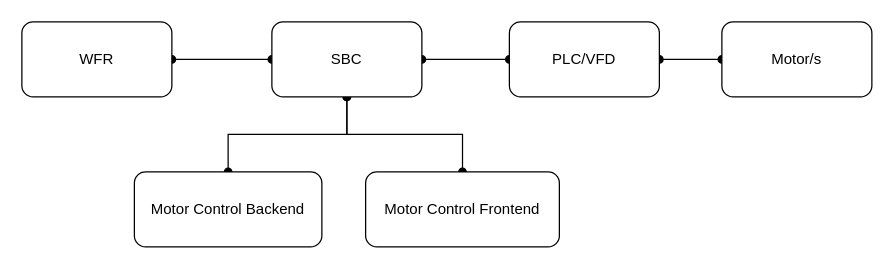
The draw.io diagram about/diagrams/architecture.drawio in aveled/motor-control, before the edit. Source tidied: cells renumbered, new cells numbered last; positions are measured from the earlier drawing's top-left corner, leaving out a move shared by most shapes. Both pictures are drawn from the tidied source at 125%, with x=0, y=0 at pixel (21, 21).
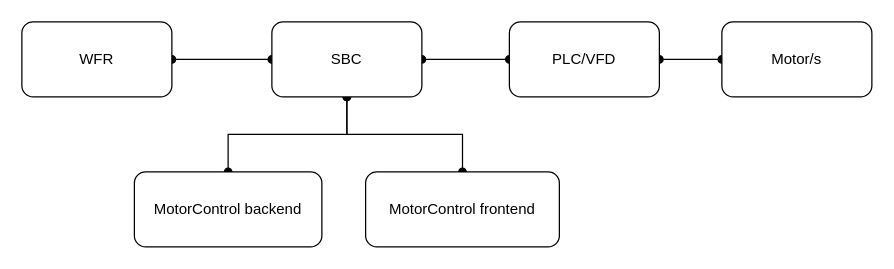
Above is the later version.

Commit message (it also covers changes not shown here):
about/diagrams > dev: architecture

The edit, as a diff of the source:
```diff
@@
 <mxGraphModel>
   <root>
     <mxCell id="0" />
     <mxCell id="1" parent="0" />
     <mxCell id="2" style="edgeStyle=orthogonalEdgeStyle;rounded=0;jettySize=auto;html=1;startArrow=oval;startFill=1;endArrow=oval;endFill=1;" parent="1" edge="1" source="3" target="7">
       <mxGeometry relative="1" as="geometry" />
     </mxCell>
     <mxCell id="3" value="WFR" style="rounded=1;whiteSpace=wrap;html=1;" parent="1" vertex="1">
       <mxGeometry width="120" height="60" as="geometry" />
     </mxCell>
     <mxCell id="4" style="edgeStyle=orthogonalEdgeStyle;rounded=0;jettySize=auto;html=1;startArrow=oval;startFill=1;endArrow=oval;endFill=1;" parent="1" edge="1" source="7" target="9">
       <mxGeometry relative="1" as="geometry" />
     </mxCell>
     <mxCell id="5" style="edgeStyle=orthogonalEdgeStyle;rounded=0;jettySize=auto;html=1;startArrow=oval;startFill=1;endArrow=oval;endFill=1;" parent="1" edge="1" source="7" target="11">
       <mxGeometry relative="1" as="geometry" />
     </mxCell>
     <mxCell id="6" style="edgeStyle=orthogonalEdgeStyle;rounded=0;jettySize=auto;html=1;startArrow=oval;startFill=1;endArrow=oval;endFill=1;" parent="1" edge="1" source="7" target="12">
       <mxGeometry relative="1" as="geometry" />
     </mxCell>
     <mxCell id="7" value="SBC" style="rounded=1;whiteSpace=wrap;html=1;" parent="1" vertex="1">
       <mxGeometry x="200" width="120" height="60" as="geometry" />
     </mxCell>
     <mxCell id="8" style="edgeStyle=orthogonalEdgeStyle;rounded=0;jettySize=auto;html=1;startArrow=oval;startFill=1;endArrow=oval;endFill=1;" parent="1" edge="1" source="9" target="10">
       <mxGeometry relative="1" as="geometry" />
     </mxCell>
     <mxCell id="9" value="PLC/VFD" style="rounded=1;whiteSpace=wrap;html=1;" parent="1" vertex="1">
       <mxGeometry x="390" width="120" height="60" as="geometry" />
     </mxCell>
     <mxCell id="10" value="Motor/s" style="rounded=1;whiteSpace=wrap;html=1;" parent="1" vertex="1">
       <mxGeometry x="560" width="120" height="60" as="geometry" />
     </mxCell>
-    <mxCell id="11" value="Motor Control Backend" style="rounded=1;whiteSpace=wrap;html=1;" parent="1" vertex="1">
+    <mxCell id="11" value="MotorControl backend" style="rounded=1;whiteSpace=wrap;html=1;" parent="1" vertex="1">
       <mxGeometry x="90" y="120" width="150" height="60" as="geometry" />
     </mxCell>
-    <mxCell id="12" value="Motor Control Frontend" style="rounded=1;whiteSpace=wrap;html=1;" parent="1" vertex="1">
+    <mxCell id="12" value="MotorControl frontend" style="rounded=1;whiteSpace=wrap;html=1;" parent="1" vertex="1">
       <mxGeometry x="275" y="120" width="155" height="60" as="geometry" />
     </mxCell>
   </root>
 </mxGraphModel>
```
